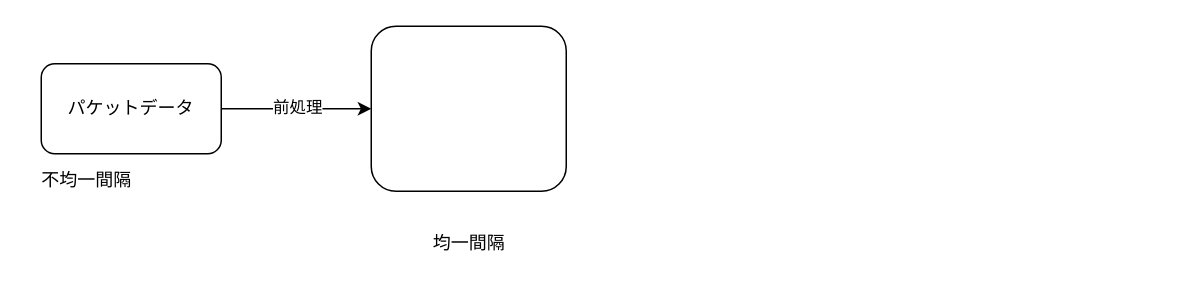
Before: kitsune_left.drawio in Rwatana/Rwatana.github.io, a draw.io diagram. Source tidied: cells renumbered, new cells numbered last; positions are measured from the earlier drawing's top-left corner, leaving out a move shared by most shapes. Both pictures are drawn from the tidied source at 150%, with x=0, y=0 at pixel (26, 26).
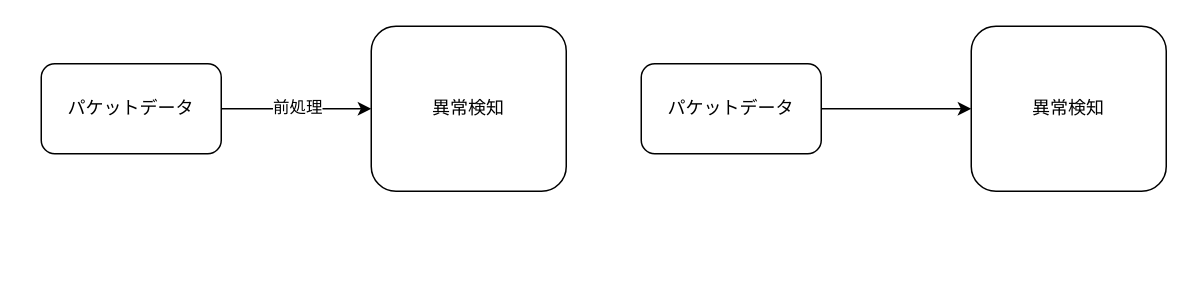
The same diagram, later.

Commit message (it also covers changes not shown here):
kitsune_left.drawio を更新します

Change to the diagram source:
```diff
@@
 <mxGraphModel>
   <root>
     <mxCell id="0" />
     <mxCell id="1" parent="0" />
     <mxCell id="2" style="edgeStyle=orthogonalEdgeStyle;rounded=0;jettySize=auto;html=1;" parent="1" edge="1" source="4" target="5">
       <mxGeometry relative="1" as="geometry" />
     </mxCell>
     <mxCell id="3" value="前処理" style="edgeLabel;html=1;align=center;verticalAlign=middle;" parent="2" vertex="1">
       <mxGeometry y="2" relative="1" as="geometry" />
     </mxCell>
     <mxCell id="4" value="パケットデータ" style="rounded=1;whiteSpace=wrap;html=1;" parent="1" vertex="1">
       <mxGeometry x="10" y="25" width="120" height="60" as="geometry" />
     </mxCell>
-    <mxCell id="5" style="whiteSpace=wrap;html=1;rounded=1;" parent="1" vertex="1">
+    <mxCell id="5" value="異常検知" style="whiteSpace=wrap;html=1;rounded=1;" parent="1" vertex="1">
       <mxGeometry x="230" width="130" height="110" as="geometry" />
     </mxCell>
-    <mxCell id="6" value="不均一間隔" style="text;html=1;align=center;verticalAlign=middle;strokeColor=none;fillColor=none;" parent="1" vertex="1">
-      <mxGeometry y="88" width="80" height="30" as="geometry" />
-    </mxCell>
-    <mxCell id="7" value="均一間隔" style="text;html=1;align=center;verticalAlign=middle;strokeColor=none;fillColor=none;" parent="1" vertex="1">
-      <mxGeometry x="260" y="130" width="70" height="30" as="geometry" />
-    </mxCell>
+    <mxCell id="8" style="edgeStyle=orthogonalEdgeStyle;rounded=0;jettySize=auto;html=1;" parent="1" edge="1" source="9" target="10">
+      <mxGeometry relative="1" as="geometry" />
+    </mxCell>
+    <mxCell id="9" value="パケットデータ" style="rounded=1;whiteSpace=wrap;html=1;" parent="1" vertex="1">
+      <mxGeometry x="410" y="25" width="120" height="60" as="geometry" />
+    </mxCell>
+    <mxCell id="10" value="異常検知" style="whiteSpace=wrap;html=1;rounded=1;" parent="1" vertex="1">
+      <mxGeometry x="630" width="130" height="110" as="geometry" />
+    </mxCell>
   </root>
 </mxGraphModel>
```
